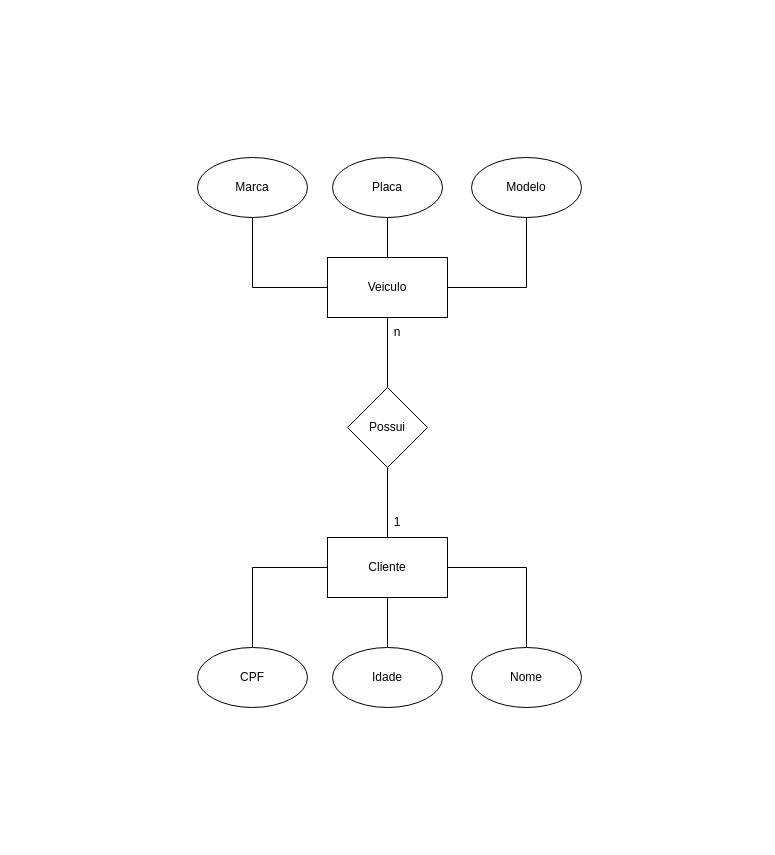
This is page "Página-3" (3 of 5) of sprint-Banco-De-Dados/Exercicio 1.0-1.6/Exercicios 1.0-1.6.drawio from FernandinnnQ145/Segundo-Semestre-Senai, a draw.io file, before an edit. Source tidied: cells renumbered, new cells numbered last; positions are measured from the earlier drawing's top-left corner, leaving out a move shared by most shapes. Both pictures are drawn from the tidied source at 100%, with x=0, y=0 at pixel (197, 157).
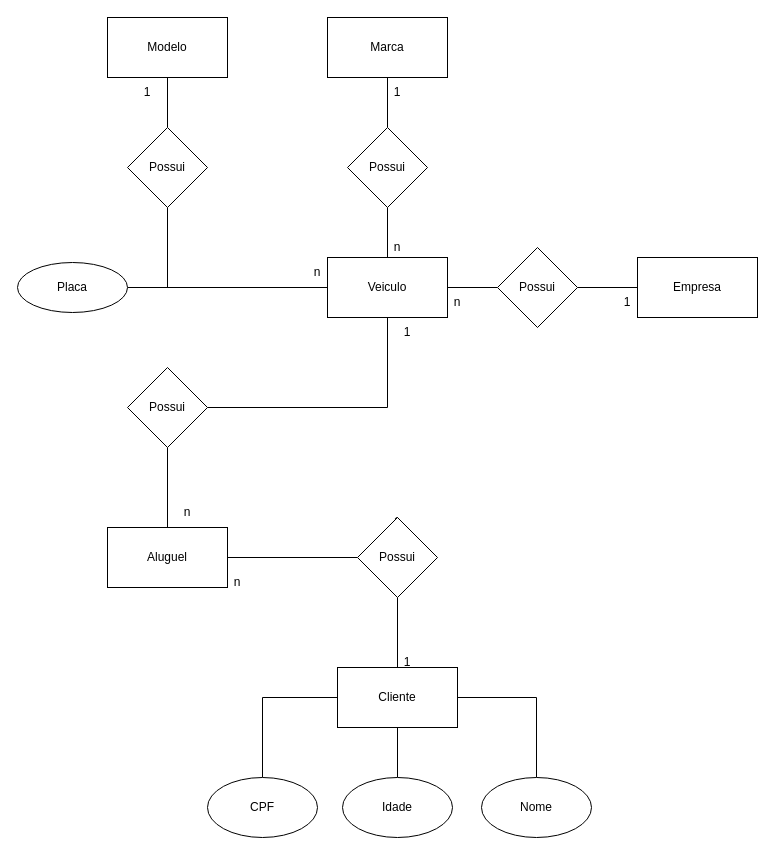
After the change.

Unchanged cells that the change refers to:
```xml
<mxCell id="5" value="Veiculo" style="rounded=0;whiteSpace=wrap;html=1;" parent="1" vertex="1">
  <mxGeometry x="130" y="100" width="120" height="60" as="geometry" />
</mxCell>
```

What changed in the source:
```diff
@@
+    <mxCell id="21" style="edgeStyle=orthogonalEdgeStyle;rounded=0;jettySize=auto;html=1;entryX=0;entryY=0.5;entryDx=0;entryDy=0;endArrow=none;endFill=0;" parent="1" edge="1" source="5" target="27">
+      <mxGeometry relative="1" as="geometry" />
+    </mxCell>
-    <mxCell id="2" style="edgeStyle=orthogonalEdgeStyle;rounded=0;jettySize=auto;html=1;entryX=0.5;entryY=1;entryDx=0;entryDy=0;endArrow=none;endFill=0;" parent="1" edge="1" source="5" target="15">
+    <mxCell id="2" style="edgeStyle=orthogonalEdgeStyle;rounded=0;jettySize=auto;html=1;entryX=1;entryY=0.5;entryDx=0;entryDy=0;endArrow=none;endFill=0;" parent="1" edge="1" source="5" target="15">
       <mxGeometry relative="1" as="geometry" />
     </mxCell>
-    <mxCell id="3" style="edgeStyle=orthogonalEdgeStyle;rounded=0;jettySize=auto;html=1;entryX=0.5;entryY=1;entryDx=0;entryDy=0;endArrow=none;endFill=0;" parent="1" edge="1" source="5" target="14">
-      <mxGeometry relative="1" as="geometry" />
-    </mxCell>
-    <mxCell id="4" style="edgeStyle=orthogonalEdgeStyle;rounded=0;jettySize=auto;html=1;entryX=0.5;entryY=1;entryDx=0;entryDy=0;endArrow=none;endFill=0;" parent="1" edge="1" source="5" target="13">
-      <mxGeometry relative="1" as="geometry" />
-    </mxCell>
+    <mxCell id="22" style="edgeStyle=orthogonalEdgeStyle;rounded=0;jettySize=auto;html=1;entryX=0.5;entryY=1;entryDx=0;entryDy=0;endArrow=none;endFill=0;" parent="1" edge="1" source="5" target="31">
+      <mxGeometry relative="1" as="geometry" />
+    </mxCell>
+    <mxCell id="23" style="edgeStyle=orthogonalEdgeStyle;rounded=0;jettySize=auto;html=1;entryX=0.5;entryY=1;entryDx=0;entryDy=0;endArrow=none;endFill=0;" parent="1" edge="1" source="5" target="29">
+      <mxGeometry relative="1" as="geometry" />
+    </mxCell>
@@
-    <mxCell id="9" style="edgeStyle=orthogonalEdgeStyle;rounded=0;jettySize=auto;html=1;entryX=0.5;entryY=1;entryDx=0;entryDy=0;endArrow=none;endFill=0;" parent="1" edge="1" source="10" target="12">
-      <mxGeometry relative="1" as="geometry" />
-    </mxCell>
+    <mxCell id="24" style="edgeStyle=orthogonalEdgeStyle;rounded=0;jettySize=auto;html=1;endArrow=none;endFill=0;" parent="1" edge="1" source="10">
+      <mxGeometry relative="1" as="geometry">
+        <mxPoint x="200" y="440" as="targetPoint" />
+      </mxGeometry>
+    </mxCell>
     <mxCell id="10" value="Cliente" style="rounded=0;whiteSpace=wrap;html=1;" parent="1" vertex="1">
-      <mxGeometry x="130" y="380" width="120" height="60" as="geometry" />
+      <mxGeometry x="140" y="510" width="120" height="60" as="geometry" />
     </mxCell>
-    <mxCell id="11" style="edgeStyle=orthogonalEdgeStyle;rounded=0;jettySize=auto;html=1;entryX=0.5;entryY=1;entryDx=0;entryDy=0;endArrow=none;endFill=0;" parent="1" edge="1" source="12" target="5">
-      <mxGeometry relative="1" as="geometry" />
-    </mxCell>
-    <mxCell id="12" value="Possui" style="rhombus;whiteSpace=wrap;html=1;" parent="1" vertex="1">
-      <mxGeometry x="150" y="230" width="80" height="80" as="geometry" />
-    </mxCell>
-    <mxCell id="13" value="Marca" style="ellipse;whiteSpace=wrap;html=1;" parent="1" vertex="1">
-      <mxGeometry width="110" height="60" as="geometry" />
-    </mxCell>
-    <mxCell id="14" value="Modelo" style="ellipse;whiteSpace=wrap;html=1;" parent="1" vertex="1">
-      <mxGeometry x="274" width="110" height="60" as="geometry" />
-    </mxCell>
-    <mxCell id="15" value="Placa" style="ellipse;whiteSpace=wrap;html=1;" parent="1" vertex="1">
-      <mxGeometry x="135" width="110" height="60" as="geometry" />
-    </mxCell>
     <mxCell id="16" value="CPF" style="ellipse;whiteSpace=wrap;html=1;" parent="1" vertex="1">
-      <mxGeometry y="490" width="110" height="60" as="geometry" />
+      <mxGeometry x="10" y="620" width="110" height="60" as="geometry" />
     </mxCell>
     <mxCell id="17" value="Nome" style="ellipse;whiteSpace=wrap;html=1;" parent="1" vertex="1">
-      <mxGeometry x="274" y="490" width="110" height="60" as="geometry" />
+      <mxGeometry x="284" y="620" width="110" height="60" as="geometry" />
     </mxCell>
     <mxCell id="18" value="Idade" style="ellipse;whiteSpace=wrap;html=1;" parent="1" vertex="1">
-      <mxGeometry x="135" y="490" width="110" height="60" as="geometry" />
+      <mxGeometry x="145" y="620" width="110" height="60" as="geometry" />
     </mxCell>
@@
     <mxCell id="20" value="n" style="text;html=1;strokeColor=none;fillColor=none;align=center;verticalAlign=middle;whiteSpace=wrap;rounded=0;" parent="1" vertex="1">
-      <mxGeometry x="170" y="160" width="60" height="30" as="geometry" />
+      <mxGeometry x="-40" y="340" width="60" height="30" as="geometry" />
     </mxCell>
+    <mxCell id="25" style="edgeStyle=orthogonalEdgeStyle;rounded=0;jettySize=auto;html=1;endArrow=none;endFill=0;" parent="1" edge="1" source="26" target="27">
+      <mxGeometry relative="1" as="geometry" />
+    </mxCell>
+    <mxCell id="26" value="Empresa" style="rounded=0;whiteSpace=wrap;html=1;" parent="1" vertex="1">
+      <mxGeometry x="440" y="100" width="120" height="60" as="geometry" />
+    </mxCell>
+    <mxCell id="27" value="Possui" style="rhombus;whiteSpace=wrap;html=1;" parent="1" vertex="1">
+      <mxGeometry x="300" y="90" width="80" height="80" as="geometry" />
+    </mxCell>
+    <mxCell id="13" value="Marca" style="rounded=0;whiteSpace=wrap;html=1;" parent="1" vertex="1">
+      <mxGeometry x="130" y="-140" width="120" height="60" as="geometry" />
+    </mxCell>
+    <mxCell id="14" value="Modelo" style="rounded=0;whiteSpace=wrap;html=1;" parent="1" vertex="1">
+      <mxGeometry x="-90" y="-140" width="120" height="60" as="geometry" />
+    </mxCell>
+    <mxCell id="15" value="Placa" style="ellipse;whiteSpace=wrap;html=1;" parent="1" vertex="1">
+      <mxGeometry x="-180" y="105" width="110" height="50" as="geometry" />
+    </mxCell>
+    <mxCell id="28" style="edgeStyle=orthogonalEdgeStyle;rounded=0;jettySize=auto;html=1;entryX=0.5;entryY=1;entryDx=0;entryDy=0;endArrow=none;endFill=0;" parent="1" edge="1" source="29" target="14">
+      <mxGeometry relative="1" as="geometry" />
+    </mxCell>
+    <mxCell id="29" value="Possui" style="rhombus;whiteSpace=wrap;html=1;" parent="1" vertex="1">
+      <mxGeometry x="-70" y="-30" width="80" height="80" as="geometry" />
+    </mxCell>
+    <mxCell id="30" style="edgeStyle=orthogonalEdgeStyle;rounded=0;jettySize=auto;html=1;entryX=0.5;entryY=1;entryDx=0;entryDy=0;endArrow=none;endFill=0;" parent="1" edge="1" source="31" target="13">
+      <mxGeometry relative="1" as="geometry" />
+    </mxCell>
+    <mxCell id="31" value="Possui" style="rhombus;whiteSpace=wrap;html=1;" parent="1" vertex="1">
+      <mxGeometry x="150" y="-30" width="80" height="80" as="geometry" />
+    </mxCell>
+    <mxCell id="32" style="edgeStyle=orthogonalEdgeStyle;rounded=0;jettySize=auto;html=1;entryX=0.5;entryY=1;entryDx=0;entryDy=0;endArrow=none;endFill=0;" parent="1" edge="1" source="33" target="37">
+      <mxGeometry relative="1" as="geometry" />
+    </mxCell>
+    <mxCell id="33" value="Aluguel" style="rounded=0;whiteSpace=wrap;html=1;" parent="1" vertex="1">
+      <mxGeometry x="-90" y="370" width="120" height="60" as="geometry" />
+    </mxCell>
+    <mxCell id="34" style="edgeStyle=orthogonalEdgeStyle;rounded=0;jettySize=auto;html=1;entryX=1;entryY=0.5;entryDx=0;entryDy=0;endArrow=none;endFill=0;" parent="1" edge="1" source="35" target="33">
+      <mxGeometry relative="1" as="geometry" />
+    </mxCell>
+    <mxCell id="35" value="Possui" style="rhombus;whiteSpace=wrap;html=1;" parent="1" vertex="1">
+      <mxGeometry x="160" y="360" width="80" height="80" as="geometry" />
+    </mxCell>
+    <mxCell id="36" style="edgeStyle=orthogonalEdgeStyle;rounded=0;jettySize=auto;html=1;entryX=0.5;entryY=1;entryDx=0;entryDy=0;endArrow=none;endFill=0;" parent="1" edge="1" source="37" target="5">
+      <mxGeometry relative="1" as="geometry" />
+    </mxCell>
+    <mxCell id="37" value="Possui" style="rhombus;whiteSpace=wrap;html=1;" parent="1" vertex="1">
+      <mxGeometry x="-70" y="210" width="80" height="80" as="geometry" />
+    </mxCell>
+    <mxCell id="38" value="1" style="text;html=1;strokeColor=none;fillColor=none;align=center;verticalAlign=middle;whiteSpace=wrap;rounded=0;" parent="1" vertex="1">
+      <mxGeometry x="-80" y="-80" width="60" height="30" as="geometry" />
+    </mxCell>
+    <mxCell id="39" value="n" style="text;html=1;strokeColor=none;fillColor=none;align=center;verticalAlign=middle;whiteSpace=wrap;rounded=0;" parent="1" vertex="1">
+      <mxGeometry x="90" y="100" width="60" height="30" as="geometry" />
+    </mxCell>
+    <mxCell id="40" value="1" style="text;html=1;strokeColor=none;fillColor=none;align=center;verticalAlign=middle;whiteSpace=wrap;rounded=0;" parent="1" vertex="1">
+      <mxGeometry x="180" y="160" width="60" height="30" as="geometry" />
+    </mxCell>
+    <mxCell id="41" value="n" style="text;html=1;strokeColor=none;fillColor=none;align=center;verticalAlign=middle;whiteSpace=wrap;rounded=0;" parent="1" vertex="1">
+      <mxGeometry x="10" y="410" width="60" height="30" as="geometry" />
+    </mxCell>
+    <mxCell id="42" value="1" style="text;html=1;strokeColor=none;fillColor=none;align=center;verticalAlign=middle;whiteSpace=wrap;rounded=0;" parent="1" vertex="1">
+      <mxGeometry x="180" y="490" width="60" height="30" as="geometry" />
+    </mxCell>
+    <mxCell id="43" value="n" style="text;html=1;strokeColor=none;fillColor=none;align=center;verticalAlign=middle;whiteSpace=wrap;rounded=0;" parent="1" vertex="1">
+      <mxGeometry x="170" y="75" width="60" height="30" as="geometry" />
+    </mxCell>
+    <mxCell id="44" value="1" style="text;html=1;strokeColor=none;fillColor=none;align=center;verticalAlign=middle;whiteSpace=wrap;rounded=0;" parent="1" vertex="1">
+      <mxGeometry x="170" y="-80" width="60" height="30" as="geometry" />
+    </mxCell>
+    <mxCell id="45" value="1" style="text;html=1;strokeColor=none;fillColor=none;align=center;verticalAlign=middle;whiteSpace=wrap;rounded=0;" parent="1" vertex="1">
+      <mxGeometry x="400" y="130" width="60" height="30" as="geometry" />
+    </mxCell>
+    <mxCell id="46" value="n" style="text;html=1;strokeColor=none;fillColor=none;align=center;verticalAlign=middle;whiteSpace=wrap;rounded=0;" parent="1" vertex="1">
+      <mxGeometry x="230" y="130" width="60" height="30" as="geometry" />
+    </mxCell>
```
